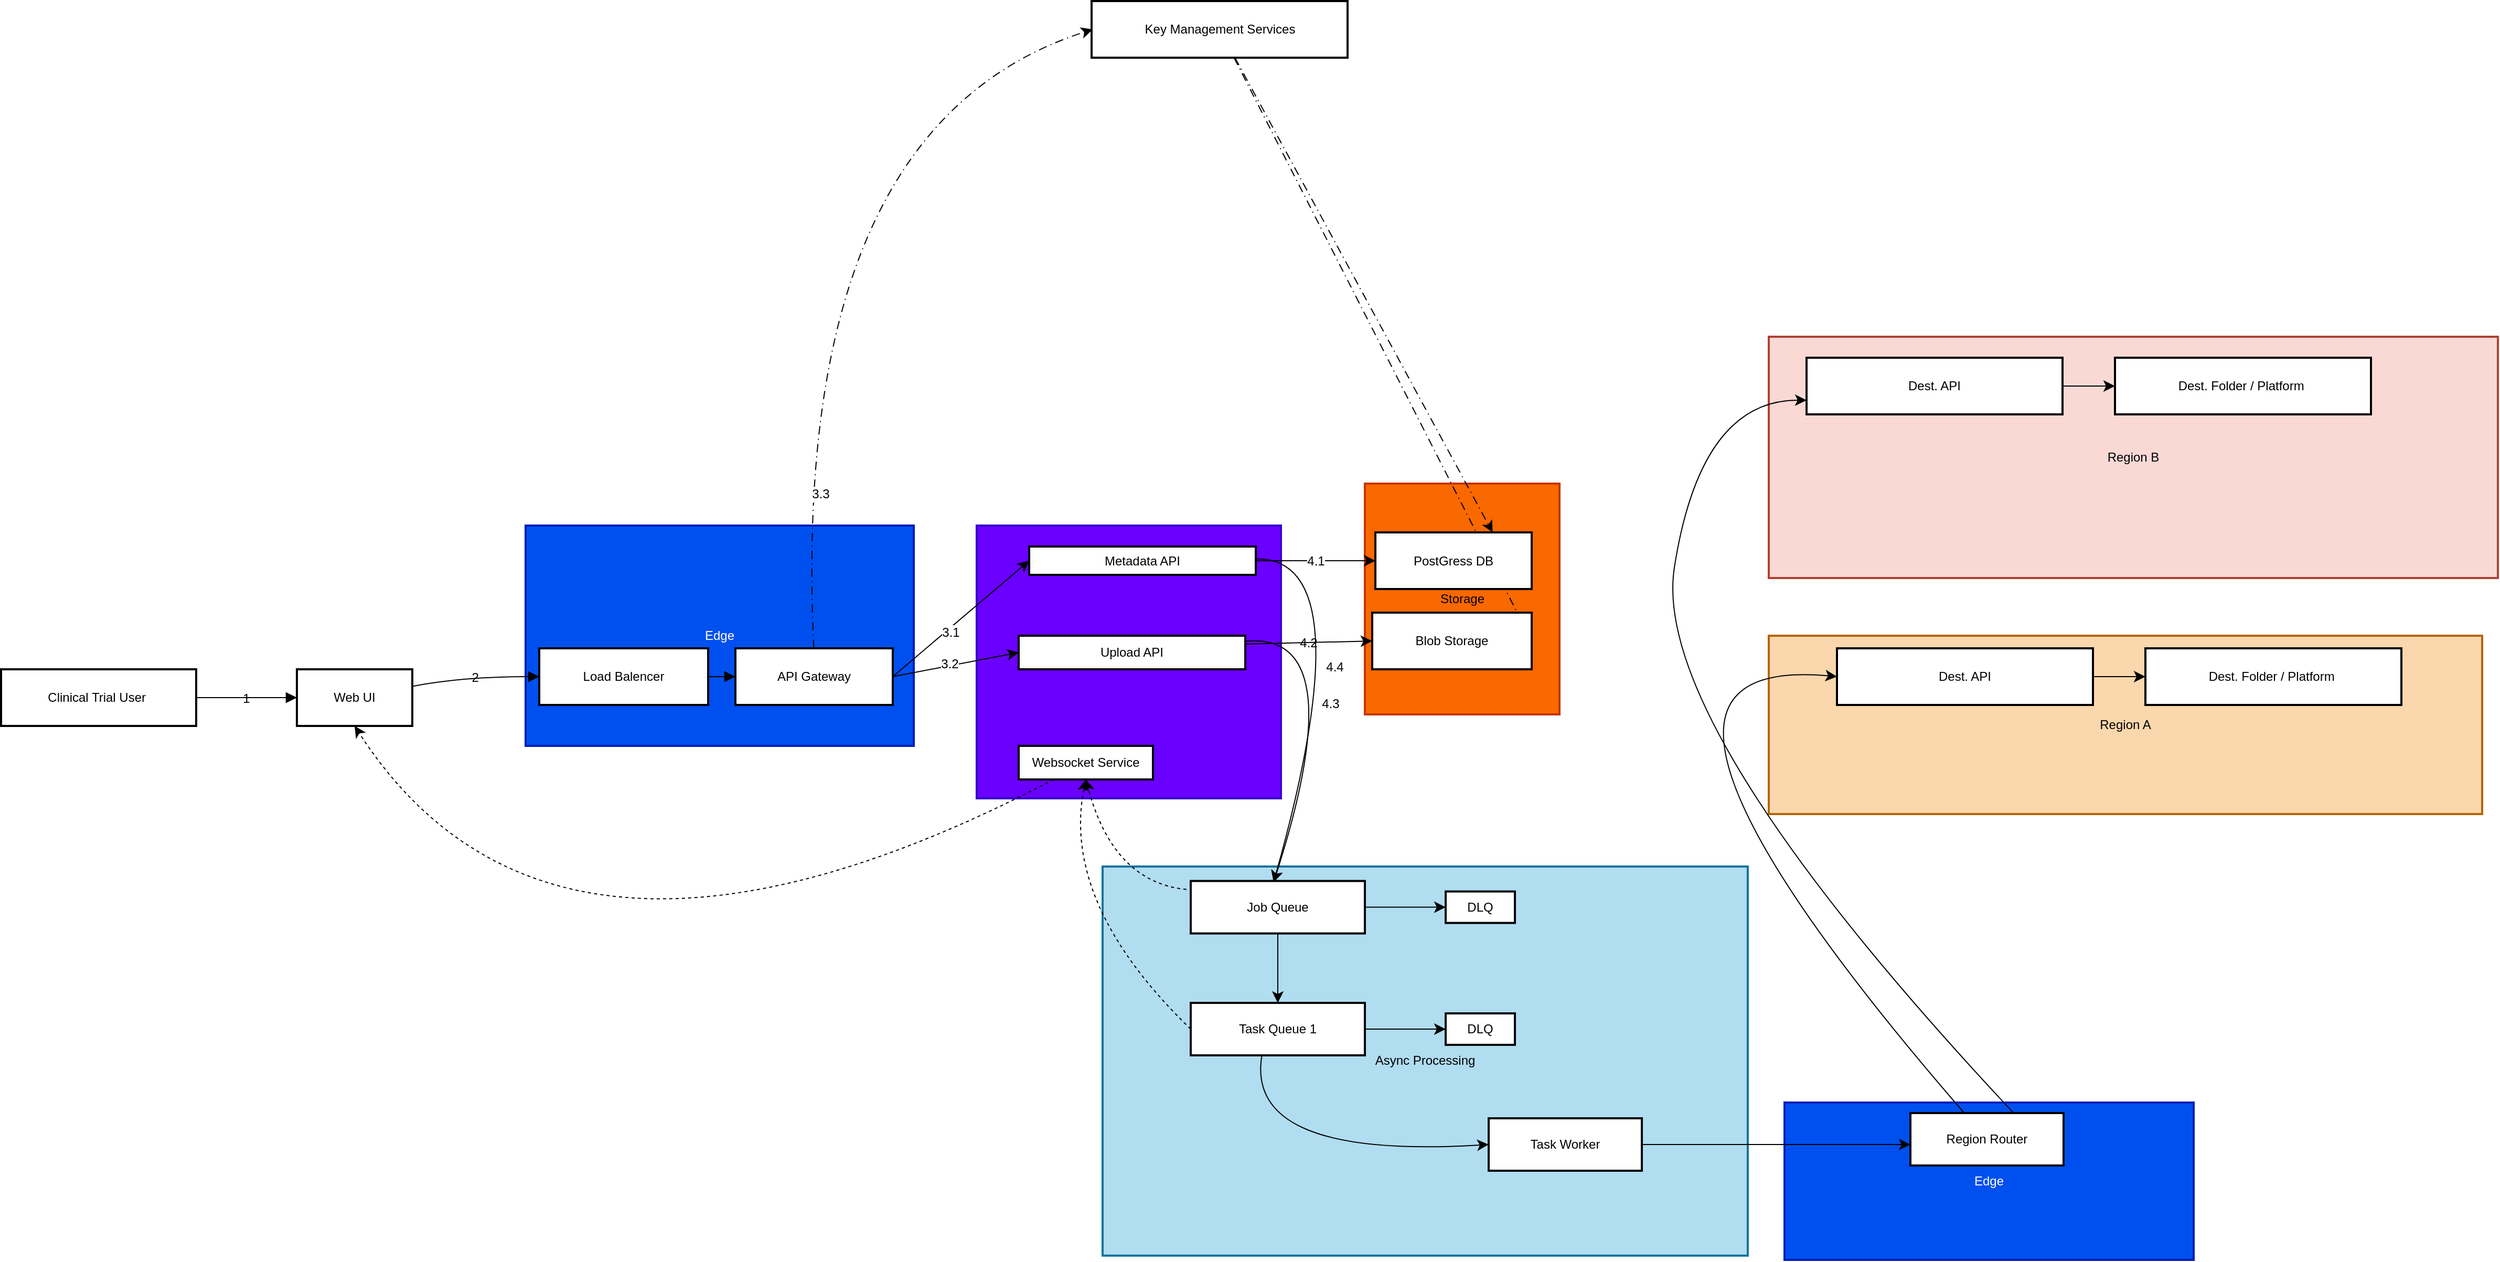
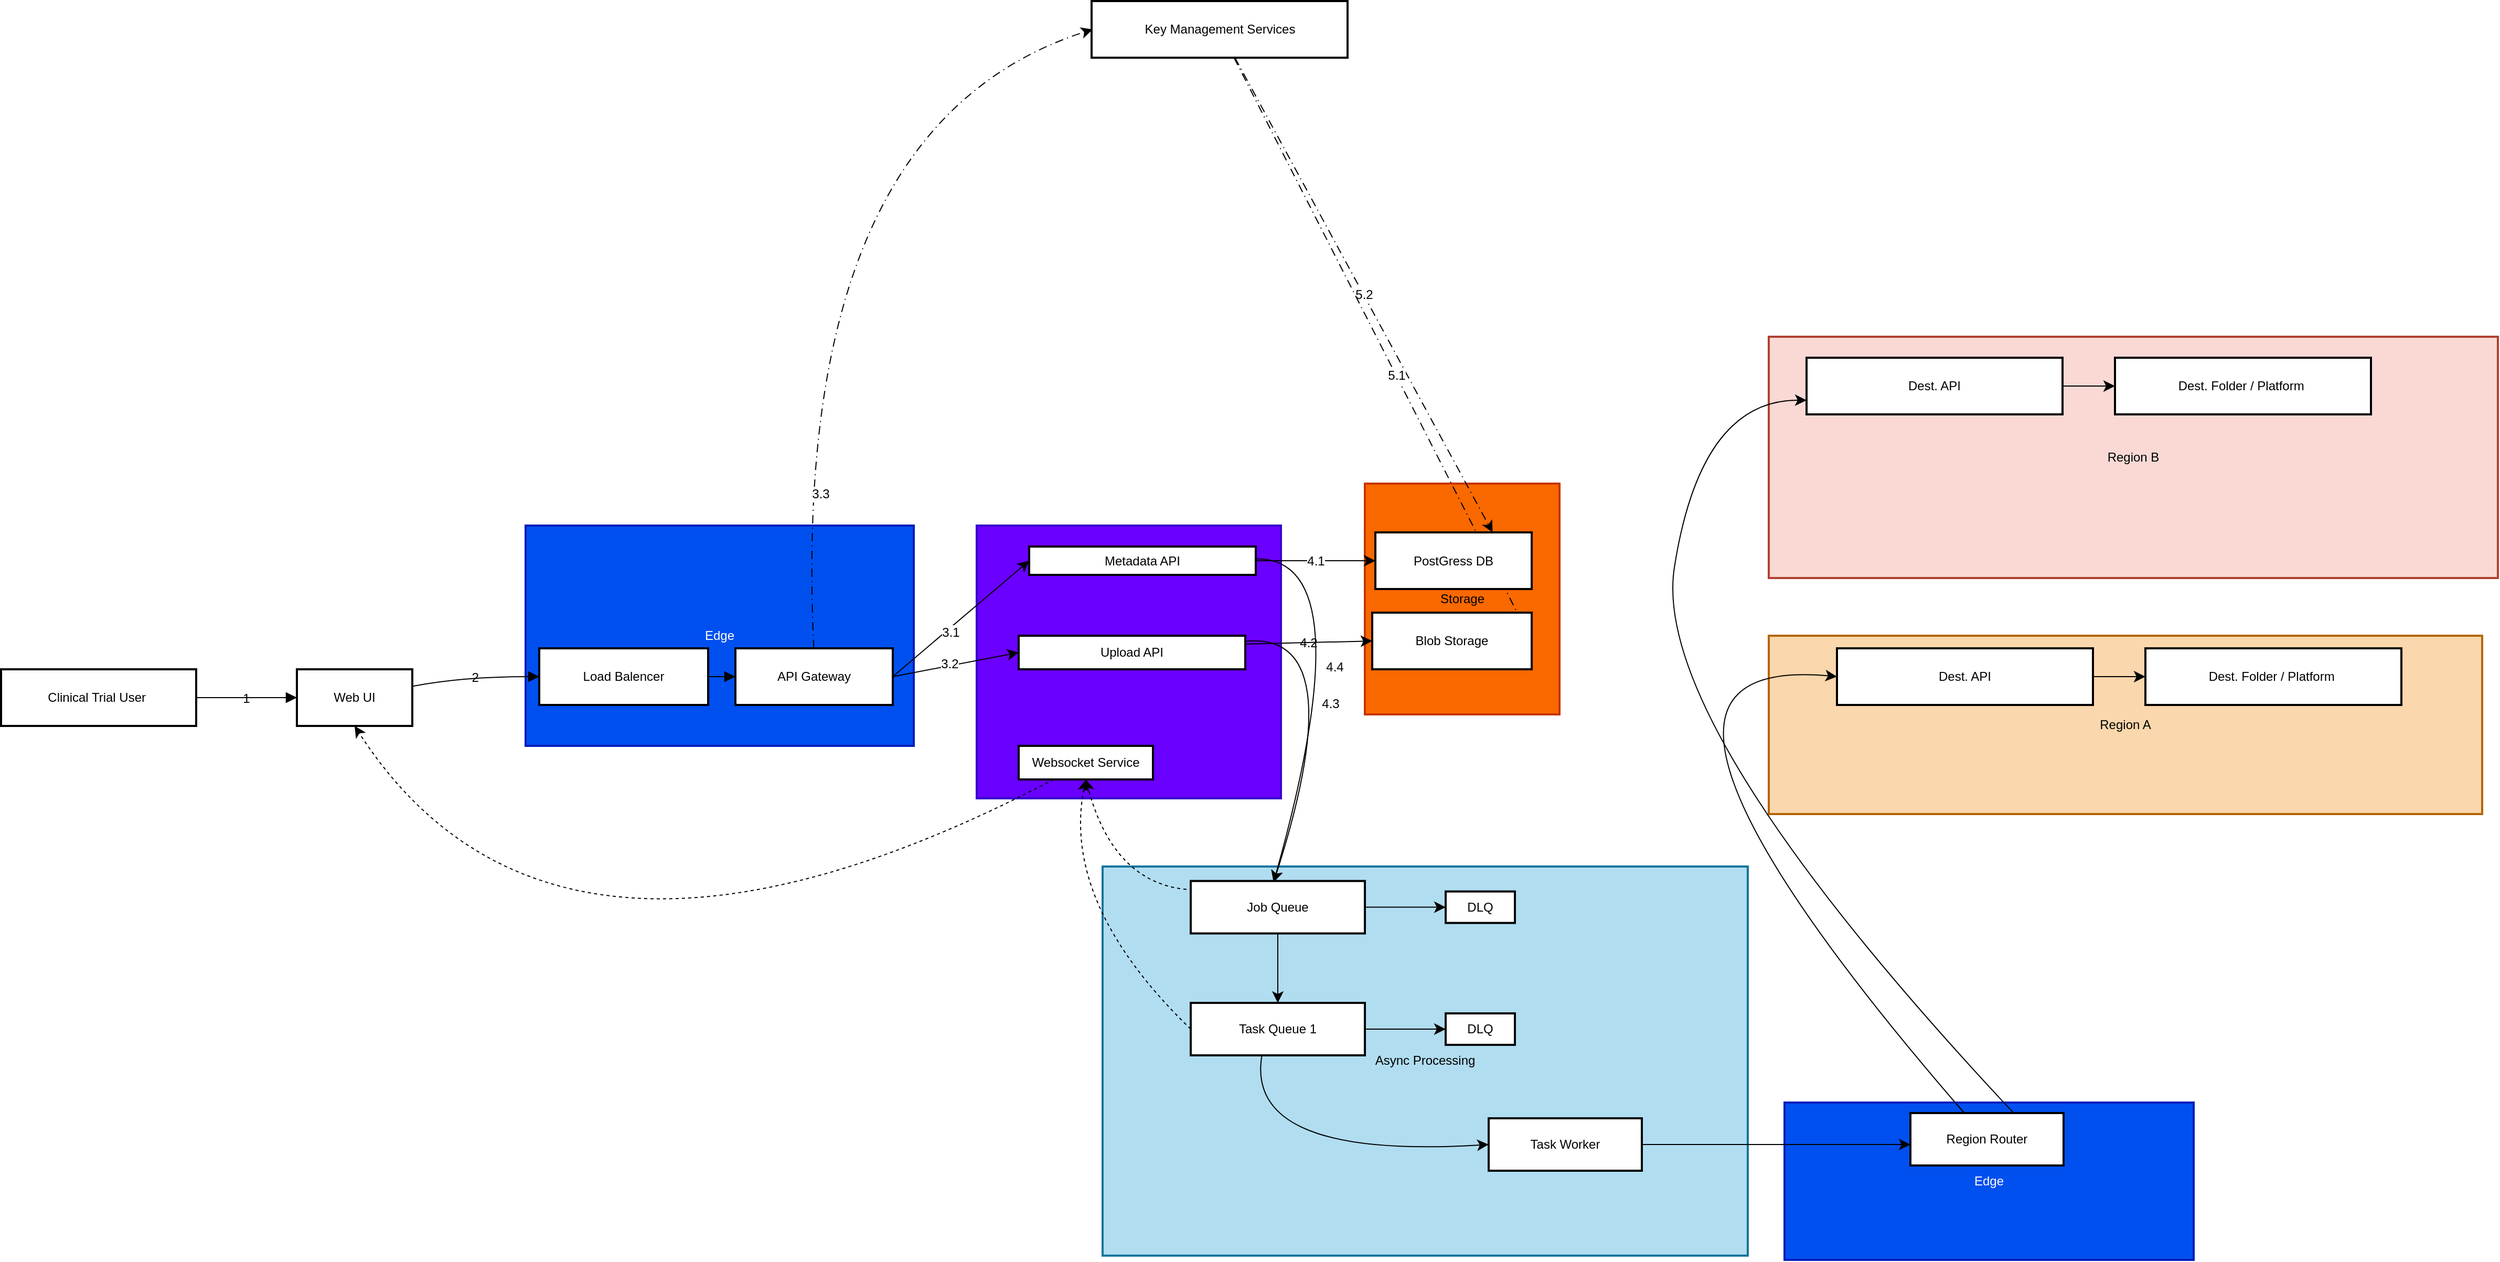
<mxfile host="app.diagrams.net">
  <diagram name="Overall-Diagram" id="Xauzskn0iYLa3f8TggF1">
-     <mxGraphModel dx="1108" dy="1719" grid="1" gridSize="10" guides="1" tooltips="1" connect="1" arrows="1" fold="1" page="1" pageScale="1" pageWidth="850" pageHeight="1100" background="none" math="0" shadow="0">
+     <mxGraphModel dx="1400" dy="1882" grid="1" gridSize="10" guides="1" tooltips="1" connect="1" arrows="1" fold="1" page="1" pageScale="1" pageWidth="850" pageHeight="1100" background="none" math="0" shadow="0">
      <root>
        <mxCell id="0" />
        <mxCell id="1" parent="0" />
        <mxCell id="ZxT0anLmeUN1lRlBXtKW-56" parent="1" style="whiteSpace=wrap;strokeWidth=2;rounded=0;labelBackgroundColor=none;fillColor=#0050ef;fontColor=#ffffff;strokeColor=#001DBC;" value="Edge" vertex="1">
          <mxGeometry height="150" width="390" x="1800" y="590" as="geometry" />
        </mxCell>
        <mxCell id="tPvMw2njpGqdJi2HAjV1-28" parent="1" style="whiteSpace=wrap;strokeWidth=2;rounded=0;labelBackgroundColor=none;fillColor=#fad9d5;strokeColor=#ae4132;" value="Region B" vertex="1">
          <mxGeometry height="230" width="695" x="1785" y="-140" as="geometry" />
        </mxCell>
        <mxCell id="tPvMw2njpGqdJi2HAjV1-27" parent="1" style="whiteSpace=wrap;strokeWidth=2;rounded=0;labelBackgroundColor=none;fillColor=#fad7ac;strokeColor=#b46504;" value="Region A" vertex="1">
          <mxGeometry height="170" width="680" x="1785" y="145" as="geometry" />
        </mxCell>
        <mxCell id="LGeiLnGPZ_kJypGg9XhN-2" parent="1" style="whiteSpace=wrap;strokeWidth=2;rounded=0;labelBackgroundColor=none;fillColor=#b1ddf0;strokeColor=#10739e;aspect=fixed;" value="Async Processing" vertex="1">
          <mxGeometry height="370.92" width="614.97" x="1150" y="365" as="geometry" />
        </mxCell>
        <mxCell id="LGeiLnGPZ_kJypGg9XhN-4" parent="1" style="whiteSpace=wrap;strokeWidth=2;rounded=0;labelBackgroundColor=none;fillColor=#6a00ff;fontColor=#ffffff;strokeColor=#3700CC;" value="API Services" vertex="1">
          <mxGeometry height="260" width="290" x="1030" y="40" as="geometry" />
        </mxCell>
        <mxCell id="LGeiLnGPZ_kJypGg9XhN-3" parent="1" style="whiteSpace=wrap;strokeWidth=2;rounded=0;labelBackgroundColor=none;fillColor=#fa6800;fontColor=#000000;strokeColor=#C73500;" value="Storage" vertex="1">
          <mxGeometry height="220" width="185.5" x="1400" as="geometry" />
        </mxCell>
        <mxCell id="LGeiLnGPZ_kJypGg9XhN-5" parent="1" style="whiteSpace=wrap;strokeWidth=2;rounded=0;labelBackgroundColor=none;fillColor=#0050ef;fontColor=#ffffff;strokeColor=#001DBC;" value="Edge" vertex="1">
          <mxGeometry height="210" width="370" x="600" y="40" as="geometry" />
        </mxCell>
        <mxCell id="LGeiLnGPZ_kJypGg9XhN-6" parent="1" style="whiteSpace=wrap;strokeWidth=2;rounded=0;labelBackgroundColor=none;" value="Clinical Trial User " vertex="1">
          <mxGeometry height="54" width="186" x="100" y="177" as="geometry" />
        </mxCell>
        <mxCell id="LGeiLnGPZ_kJypGg9XhN-7" parent="1" style="whiteSpace=wrap;strokeWidth=2;rounded=0;labelBackgroundColor=none;" value="Web UI" vertex="1">
          <mxGeometry height="54" width="110" x="382" y="177" as="geometry" />
        </mxCell>
        <mxCell id="LGeiLnGPZ_kJypGg9XhN-8" parent="1" style="whiteSpace=wrap;strokeWidth=2;rounded=0;labelBackgroundColor=none;" value="Load Balencer" vertex="1">
          <mxGeometry height="54" width="161" x="613" y="157" as="geometry" />
        </mxCell>
        <mxCell id="ijDLy2rUQYNMrnhEq9o_-15" edge="1" parent="1" source="LGeiLnGPZ_kJypGg9XhN-9" style="edgeStyle=none;curved=1;rounded=0;orthogonalLoop=1;jettySize=auto;html=1;fontSize=12;startSize=8;endSize=8;entryX=0;entryY=0.5;entryDx=0;entryDy=0;labelBackgroundColor=none;fontColor=default;exitX=1;exitY=0.5;exitDx=0;exitDy=0;" target="LGeiLnGPZ_kJypGg9XhN-10">
          <mxGeometry relative="1" as="geometry">
            <mxPoint x="1059.9999999999998" y="229.99999999999977" as="targetPoint" />
          </mxGeometry>
        </mxCell>
        <mxCell id="kZjGEyZ31KSyDfQOjVAd-1" connectable="0" parent="ijDLy2rUQYNMrnhEq9o_-15" style="edgeLabel;html=1;align=center;verticalAlign=middle;resizable=0;points=[];fontSize=12;" value="3.1" vertex="1">
          <mxGeometry relative="1" x="-0.1984" y="-3" as="geometry">
            <mxPoint x="1" as="offset" />
          </mxGeometry>
        </mxCell>
        <mxCell id="ijDLy2rUQYNMrnhEq9o_-17" edge="1" parent="1" source="LGeiLnGPZ_kJypGg9XhN-9" style="edgeStyle=none;curved=1;rounded=0;orthogonalLoop=1;jettySize=auto;html=1;entryX=0;entryY=0.5;entryDx=0;entryDy=0;fontSize=12;startSize=8;endSize=8;exitX=1;exitY=0.5;exitDx=0;exitDy=0;" target="LGeiLnGPZ_kJypGg9XhN-11">
          <mxGeometry relative="1" as="geometry">
            <mxPoint x="960" y="190" as="sourcePoint" />
          </mxGeometry>
        </mxCell>
        <mxCell id="kZjGEyZ31KSyDfQOjVAd-2" connectable="0" parent="ijDLy2rUQYNMrnhEq9o_-17" style="edgeLabel;html=1;align=center;verticalAlign=middle;resizable=0;points=[];fontSize=12;" value="3.2" vertex="1">
          <mxGeometry relative="1" x="-0.0885" y="2" as="geometry">
            <mxPoint as="offset" />
          </mxGeometry>
        </mxCell>
        <mxCell id="tPvMw2njpGqdJi2HAjV1-17" edge="1" parent="1" style="edgeStyle=none;curved=1;rounded=0;orthogonalLoop=1;jettySize=auto;html=1;entryX=0;entryY=0.5;entryDx=0;entryDy=0;fontSize=12;startSize=8;endSize=8;dashed=1;dashPattern=8 4 1 4;" value="3.3">
          <mxGeometry relative="1" x="-0.6344" y="-13" as="geometry">
            <mxPoint as="offset" />
            <Array as="points">
              <mxPoint x="851" y="-340" />
            </Array>
            <mxPoint x="874.7118320610687" y="157" as="sourcePoint" />
            <mxPoint x="1140.5" y="-433" as="targetPoint" />
          </mxGeometry>
        </mxCell>
        <mxCell id="LGeiLnGPZ_kJypGg9XhN-9" parent="1" style="whiteSpace=wrap;strokeWidth=2;rounded=0;labelBackgroundColor=none;" value="API Gateway" vertex="1">
          <mxGeometry height="54" width="150" x="800" y="157" as="geometry" />
        </mxCell>
        <mxCell id="ijDLy2rUQYNMrnhEq9o_-19" edge="1" parent="1" source="LGeiLnGPZ_kJypGg9XhN-10" style="edgeStyle=none;curved=1;rounded=0;orthogonalLoop=1;jettySize=auto;html=1;entryX=0;entryY=0.5;entryDx=0;entryDy=0;fontSize=12;startSize=8;endSize=8;exitX=1;exitY=0.5;exitDx=0;exitDy=0;" target="LGeiLnGPZ_kJypGg9XhN-12" value="4.1">
          <mxGeometry relative="1" as="geometry" />
        </mxCell>
        <mxCell id="ZxT0anLmeUN1lRlBXtKW-1" edge="1" parent="1" source="LGeiLnGPZ_kJypGg9XhN-10" style="edgeStyle=none;curved=1;rounded=0;orthogonalLoop=1;jettySize=auto;html=1;entryX=0.5;entryY=0;entryDx=0;entryDy=0;fontSize=12;startSize=8;endSize=8;" value="4.4">
          <mxGeometry relative="1" as="geometry">
            <Array as="points">
              <mxPoint x="1400" y="70" />
            </Array>
            <mxPoint x="1313" y="380" as="targetPoint" />
          </mxGeometry>
        </mxCell>
        <mxCell id="LGeiLnGPZ_kJypGg9XhN-10" parent="1" style="whiteSpace=wrap;strokeWidth=2;rounded=0;labelBackgroundColor=none;" value="Metadata API" vertex="1">
          <mxGeometry height="27" width="216" x="1080" y="60" as="geometry" />
        </mxCell>
        <mxCell id="ijDLy2rUQYNMrnhEq9o_-12" edge="1" parent="1" source="LGeiLnGPZ_kJypGg9XhN-11" style="edgeStyle=none;curved=1;rounded=0;orthogonalLoop=1;jettySize=auto;html=1;entryX=0;entryY=0.5;entryDx=0;entryDy=0;fontSize=12;startSize=8;endSize=8;exitX=1;exitY=0.25;exitDx=0;exitDy=0;labelBackgroundColor=none;fontColor=default;" target="LGeiLnGPZ_kJypGg9XhN-13" value="4.2">
          <mxGeometry relative="1" as="geometry" />
        </mxCell>
        <mxCell id="ZxT0anLmeUN1lRlBXtKW-2" edge="1" parent="1" source="LGeiLnGPZ_kJypGg9XhN-11" style="edgeStyle=none;curved=1;rounded=0;orthogonalLoop=1;jettySize=auto;html=1;entryX=0.5;entryY=0;entryDx=0;entryDy=0;fontSize=12;startSize=8;endSize=8;" value="4.3">
          <mxGeometry relative="1" as="geometry">
            <Array as="points">
              <mxPoint x="1390" y="140" />
            </Array>
            <mxPoint x="1313" y="380" as="targetPoint" />
          </mxGeometry>
        </mxCell>
        <mxCell id="LGeiLnGPZ_kJypGg9XhN-11" parent="1" style="whiteSpace=wrap;strokeWidth=2;rounded=0;labelBackgroundColor=none;" value="Upload API" vertex="1">
          <mxGeometry height="32" width="216" x="1070" y="145" as="geometry" />
        </mxCell>
        <mxCell id="tPvMw2njpGqdJi2HAjV1-2" edge="1" parent="1" style="edgeStyle=none;curved=1;rounded=0;orthogonalLoop=1;jettySize=auto;html=1;fontSize=12;startSize=8;endSize=8;entryX=0.5;entryY=1;entryDx=0;entryDy=0;dashed=1;" target="LGeiLnGPZ_kJypGg9XhN-18">
          <mxGeometry relative="1" as="geometry">
            <Array as="points">
              <mxPoint x="1160" y="380" />
            </Array>
            <mxPoint x="1230" y="386.8627450980389" as="sourcePoint" />
            <mxPoint x="1150" y="490" as="targetPoint" />
          </mxGeometry>
        </mxCell>
        <mxCell id="tPvMw2njpGqdJi2HAjV1-30" edge="1" parent="1" source="ZxT0anLmeUN1lRlBXtKW-4" style="edgeStyle=none;curved=1;rounded=0;orthogonalLoop=1;jettySize=auto;html=1;entryX=0.5;entryY=1;entryDx=0;entryDy=0;fontSize=12;startSize=8;endSize=8;dashed=1;exitX=0;exitY=0.5;exitDx=0;exitDy=0;" target="LGeiLnGPZ_kJypGg9XhN-18">
          <mxGeometry relative="1" as="geometry">
            <Array as="points">
              <mxPoint x="1110" y="400" />
            </Array>
            <mxPoint x="1274.6623376623374" y="462" as="sourcePoint" />
          </mxGeometry>
        </mxCell>
-         <mxCell id="tPvMw2njpGqdJi2HAjV1-18" edge="1" parent="1" source="LGeiLnGPZ_kJypGg9XhN-20" style="edgeStyle=none;curved=1;rounded=0;orthogonalLoop=1;jettySize=auto;html=1;entryX=0.75;entryY=0;entryDx=0;entryDy=0;fontSize=12;startSize=8;endSize=8;dashed=1;dashPattern=8 4 1 4;" target="LGeiLnGPZ_kJypGg9XhN-12">
+         <mxCell id="tPvMw2njpGqdJi2HAjV1-18" edge="1" parent="1" source="LGeiLnGPZ_kJypGg9XhN-20" style="edgeStyle=none;curved=1;rounded=0;orthogonalLoop=1;jettySize=auto;html=1;entryX=0.75;entryY=0;entryDx=0;entryDy=0;fontSize=12;startSize=8;endSize=8;dashed=1;dashPattern=8 4 1 4;" target="LGeiLnGPZ_kJypGg9XhN-12" value="5.2">
          <mxGeometry relative="1" as="geometry" />
        </mxCell>
        <mxCell id="tPvMw2njpGqdJi2HAjV1-19" edge="1" parent="1" source="LGeiLnGPZ_kJypGg9XhN-20" style="edgeStyle=none;curved=1;rounded=0;orthogonalLoop=1;jettySize=auto;html=1;entryX=1;entryY=0.5;entryDx=0;entryDy=0;fontSize=12;startSize=8;endSize=8;dashed=1;dashPattern=8 4 1 4;" target="LGeiLnGPZ_kJypGg9XhN-13">
          <mxGeometry relative="1" as="geometry" />
+         </mxCell>
+         <mxCell id="kZjGEyZ31KSyDfQOjVAd-3" connectable="0" parent="tPvMw2njpGqdJi2HAjV1-19" style="edgeLabel;html=1;align=center;verticalAlign=middle;resizable=0;points=[];fontSize=12;" value="5.1" vertex="1">
+           <mxGeometry relative="1" x="0.0872" as="geometry">
+             <mxPoint as="offset" />
+           </mxGeometry>
        </mxCell>
        <mxCell id="LGeiLnGPZ_kJypGg9XhN-20" parent="1" style="whiteSpace=wrap;strokeWidth=2;rounded=0;labelBackgroundColor=none;" value="Key Management Services" vertex="1">
          <mxGeometry height="54" width="244" x="1139.5" y="-460" as="geometry" />
        </mxCell>
        <mxCell id="LGeiLnGPZ_kJypGg9XhN-23" edge="1" parent="1" source="LGeiLnGPZ_kJypGg9XhN-6" style="curved=1;startArrow=none;endArrow=block;exitX=1;exitY=0.5;entryX=0;entryY=0.5;rounded=0;fontSize=12;startSize=8;endSize=8;labelBackgroundColor=none;fontColor=default;" target="LGeiLnGPZ_kJypGg9XhN-7" value="1">
          <mxGeometry relative="1" as="geometry">
            <Array as="points" />
          </mxGeometry>
        </mxCell>
        <mxCell id="LGeiLnGPZ_kJypGg9XhN-24" edge="1" parent="1" source="LGeiLnGPZ_kJypGg9XhN-7" style="curved=1;startArrow=none;endArrow=block;exitX=1;exitY=0.3;entryX=0;entryY=0.5;rounded=0;fontSize=12;startSize=8;endSize=8;labelBackgroundColor=none;fontColor=default;" target="LGeiLnGPZ_kJypGg9XhN-8" value="2">
          <mxGeometry relative="1" as="geometry">
            <Array as="points">
              <mxPoint x="540" y="184" />
            </Array>
          </mxGeometry>
        </mxCell>
        <mxCell id="LGeiLnGPZ_kJypGg9XhN-35" edge="1" parent="1" source="LGeiLnGPZ_kJypGg9XhN-8" style="curved=1;startArrow=none;endArrow=block;exitX=1;exitY=0.5;entryX=0;entryY=0.5;rounded=0;fontSize=12;startSize=8;endSize=8;labelBackgroundColor=none;fontColor=default;" target="LGeiLnGPZ_kJypGg9XhN-9" value="">
          <mxGeometry relative="1" as="geometry">
            <Array as="points" />
          </mxGeometry>
        </mxCell>
        <mxCell id="tPvMw2njpGqdJi2HAjV1-29" edge="1" parent="1" source="LGeiLnGPZ_kJypGg9XhN-18" style="edgeStyle=none;curved=1;rounded=0;orthogonalLoop=1;jettySize=auto;html=1;entryX=0.5;entryY=1;entryDx=0;entryDy=0;fontSize=12;startSize=8;endSize=8;dashed=1;" target="LGeiLnGPZ_kJypGg9XhN-7">
          <mxGeometry relative="1" as="geometry">
            <Array as="points">
              <mxPoint x="630" y="530" />
            </Array>
          </mxGeometry>
        </mxCell>
        <mxCell id="LGeiLnGPZ_kJypGg9XhN-18" parent="1" style="whiteSpace=wrap;strokeWidth=2;rounded=0;labelBackgroundColor=none;" value="Websocket Service" vertex="1">
          <mxGeometry height="32" width="128" x="1070" y="250" as="geometry" />
        </mxCell>
        <mxCell id="LGeiLnGPZ_kJypGg9XhN-13" parent="1" style="whiteSpace=wrap;strokeWidth=2;rounded=0;labelBackgroundColor=none;" value="Blob Storage" vertex="1">
          <mxGeometry height="54" width="152" x="1407" y="123" as="geometry" />
        </mxCell>
        <mxCell id="LGeiLnGPZ_kJypGg9XhN-12" parent="1" style="whiteSpace=wrap;strokeWidth=2;rounded=0;labelBackgroundColor=none;" value="PostGress DB" vertex="1">
          <mxGeometry height="54" width="149" x="1410" y="46.5" as="geometry" />
        </mxCell>
        <mxCell id="tPvMw2njpGqdJi2HAjV1-12" edge="1" parent="1" source="tPvMw2njpGqdJi2HAjV1-6" style="edgeStyle=none;curved=1;rounded=0;orthogonalLoop=1;jettySize=auto;html=1;entryX=0;entryY=0.5;entryDx=0;entryDy=0;fontSize=12;startSize=8;endSize=8;" target="tPvMw2njpGqdJi2HAjV1-8">
          <mxGeometry relative="1" as="geometry">
            <Array as="points">
              <mxPoint x="1590" y="160" />
            </Array>
          </mxGeometry>
        </mxCell>
        <mxCell id="tPvMw2njpGqdJi2HAjV1-13" edge="1" parent="1" source="tPvMw2njpGqdJi2HAjV1-6" style="edgeStyle=none;curved=1;rounded=0;orthogonalLoop=1;jettySize=auto;html=1;entryX=0;entryY=0.75;entryDx=0;entryDy=0;fontSize=12;startSize=8;endSize=8;exitX=1;exitY=1;exitDx=0;exitDy=0;" target="tPvMw2njpGqdJi2HAjV1-10">
          <mxGeometry relative="1" as="geometry">
            <Array as="points">
              <mxPoint x="1670" y="240" />
              <mxPoint x="1720" y="-80" />
            </Array>
            <mxPoint x="2070" y="660" as="sourcePoint" />
          </mxGeometry>
        </mxCell>
        <mxCell id="tPvMw2njpGqdJi2HAjV1-6" parent="1" style="whiteSpace=wrap;strokeWidth=2;rounded=0;labelBackgroundColor=none;" value="Region Router" vertex="1">
          <mxGeometry height="50" width="146" x="1920" y="600" as="geometry" />
        </mxCell>
        <mxCell id="tPvMw2njpGqdJi2HAjV1-7" parent="1" style="whiteSpace=wrap;strokeWidth=2;rounded=0;labelBackgroundColor=none;" value="Dest. Folder / Platform " vertex="1">
          <mxGeometry height="54" width="244" x="2144" y="157" as="geometry" />
        </mxCell>
        <mxCell id="tPvMw2njpGqdJi2HAjV1-15" edge="1" parent="1" source="tPvMw2njpGqdJi2HAjV1-8" style="edgeStyle=none;curved=1;rounded=0;orthogonalLoop=1;jettySize=auto;html=1;fontSize=12;startSize=8;endSize=8;" target="tPvMw2njpGqdJi2HAjV1-7" value="">
          <mxGeometry relative="1" as="geometry" />
        </mxCell>
        <mxCell id="tPvMw2njpGqdJi2HAjV1-8" parent="1" style="whiteSpace=wrap;strokeWidth=2;rounded=0;labelBackgroundColor=none;" value="Dest. API" vertex="1">
          <mxGeometry height="54" width="244" x="1850" y="157" as="geometry" />
        </mxCell>
        <mxCell id="tPvMw2njpGqdJi2HAjV1-9" parent="1" style="whiteSpace=wrap;strokeWidth=2;rounded=0;labelBackgroundColor=none;" value="Dest. Folder / Platform " vertex="1">
          <mxGeometry height="54" width="244" x="2115" y="-120" as="geometry" />
        </mxCell>
        <mxCell id="tPvMw2njpGqdJi2HAjV1-16" edge="1" parent="1" source="tPvMw2njpGqdJi2HAjV1-10" style="edgeStyle=none;curved=1;rounded=0;orthogonalLoop=1;jettySize=auto;html=1;fontSize=12;startSize=8;endSize=8;" target="tPvMw2njpGqdJi2HAjV1-9" value="">
          <mxGeometry relative="1" as="geometry" />
        </mxCell>
        <mxCell id="tPvMw2njpGqdJi2HAjV1-10" parent="1" style="whiteSpace=wrap;strokeWidth=2;rounded=0;labelBackgroundColor=none;" value="Dest. API" vertex="1">
          <mxGeometry height="54" width="244" x="1821" y="-120" as="geometry" />
        </mxCell>
        <mxCell id="ZxT0anLmeUN1lRlBXtKW-5" edge="1" parent="1" source="ZxT0anLmeUN1lRlBXtKW-3" style="edgeStyle=none;curved=1;rounded=0;orthogonalLoop=1;jettySize=auto;html=1;fontSize=12;startSize=8;endSize=8;" target="ZxT0anLmeUN1lRlBXtKW-4" value="">
          <mxGeometry relative="1" as="geometry" />
        </mxCell>
        <mxCell id="ZxT0anLmeUN1lRlBXtKW-52" edge="1" parent="1" source="ZxT0anLmeUN1lRlBXtKW-3" style="edgeStyle=none;curved=1;rounded=0;orthogonalLoop=1;jettySize=auto;html=1;fontSize=12;startSize=8;endSize=8;" target="ZxT0anLmeUN1lRlBXtKW-9" value="">
          <mxGeometry relative="1" as="geometry" />
        </mxCell>
        <mxCell id="ZxT0anLmeUN1lRlBXtKW-3" parent="1" style="whiteSpace=wrap;strokeWidth=2;rounded=0;labelBackgroundColor=none;" value="Job Queue" vertex="1">
          <mxGeometry height="50" width="166" x="1234" y="378.79999999999995" as="geometry" />
        </mxCell>
        <mxCell id="ZxT0anLmeUN1lRlBXtKW-21" edge="1" parent="1" source="ZxT0anLmeUN1lRlBXtKW-4" style="edgeStyle=none;curved=1;rounded=0;orthogonalLoop=1;jettySize=auto;html=1;fontSize=12;startSize=8;endSize=8;" target="ZxT0anLmeUN1lRlBXtKW-11" value="">
          <mxGeometry relative="1" as="geometry" />
        </mxCell>
        <mxCell id="ZxT0anLmeUN1lRlBXtKW-54" edge="1" parent="1" source="ZxT0anLmeUN1lRlBXtKW-4" style="edgeStyle=none;curved=1;rounded=0;orthogonalLoop=1;jettySize=auto;html=1;entryX=0;entryY=0.5;entryDx=0;entryDy=0;fontSize=12;startSize=8;endSize=8;exitX=0.422;exitY=0.8;exitDx=0;exitDy=0;exitPerimeter=0;" target="ZxT0anLmeUN1lRlBXtKW-53">
          <mxGeometry relative="1" as="geometry">
            <Array as="points">
              <mxPoint x="1274" y="645" />
            </Array>
          </mxGeometry>
        </mxCell>
        <mxCell id="ZxT0anLmeUN1lRlBXtKW-4" parent="1" style="whiteSpace=wrap;strokeWidth=2;rounded=0;labelBackgroundColor=none;" value="Task Queue 1" vertex="1">
          <mxGeometry height="50" width="166" x="1234" y="495" as="geometry" />
        </mxCell>
        <mxCell id="ZxT0anLmeUN1lRlBXtKW-9" parent="1" style="whiteSpace=wrap;strokeWidth=2;rounded=0;labelBackgroundColor=none;" value="DLQ" vertex="1">
          <mxGeometry height="30" width="66" x="1477" y="388.79999999999995" as="geometry" />
        </mxCell>
        <mxCell id="ZxT0anLmeUN1lRlBXtKW-11" parent="1" style="whiteSpace=wrap;strokeWidth=2;rounded=0;labelBackgroundColor=none;" value="DLQ" vertex="1">
          <mxGeometry height="30" width="66" x="1477" y="505" as="geometry" />
        </mxCell>
        <mxCell id="ZxT0anLmeUN1lRlBXtKW-55" edge="1" parent="1" source="ZxT0anLmeUN1lRlBXtKW-53" style="edgeStyle=none;curved=1;rounded=0;orthogonalLoop=1;jettySize=auto;html=1;fontSize=12;startSize=8;endSize=8;">
          <mxGeometry relative="1" as="geometry">
            <mxPoint x="1920.0000000000005" y="630" as="targetPoint" />
          </mxGeometry>
        </mxCell>
        <mxCell id="ZxT0anLmeUN1lRlBXtKW-53" parent="1" style="whiteSpace=wrap;strokeWidth=2;rounded=0;labelBackgroundColor=none;" value="Task Worker" vertex="1">
          <mxGeometry height="50" width="146" x="1518" y="605" as="geometry" />
        </mxCell>
      </root>
    </mxGraphModel>
  </diagram>
</mxfile>
